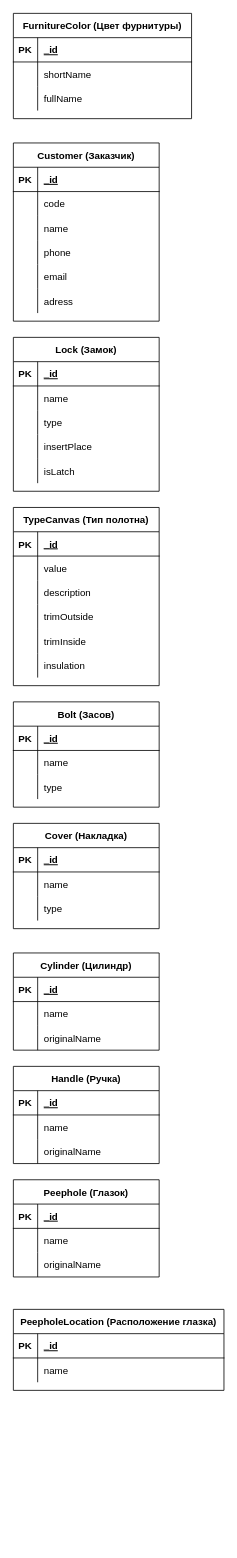
Earlier version of the draw.io diagram schema.drawio (ProSysYo/bunker). Source tidied: cells renumbered, new cells numbered last; positions are measured from the earlier drawing's top-left corner, leaving out a move shared by most shapes. Both pictures are drawn from the tidied source at 81%, with x=0, y=0 at pixel (13, 13).
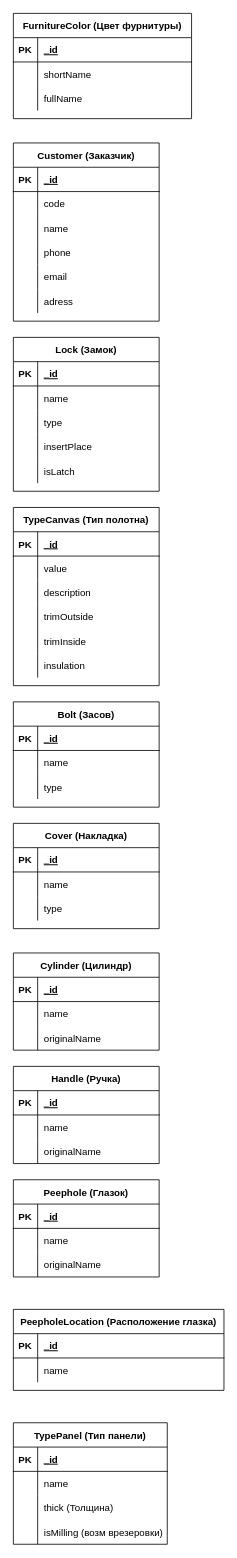
The same page after the edit.

Change to the diagram source:
```diff
@@
+    <mxCell id="123" value="TypePanel (Тип панели)" style="shape=table;startSize=30;childLayout=tableLayout;rowLines=0;fontStyle=1;align=center;" parent="1" vertex="1">
+      <mxGeometry y="1740" width="190" height="150" as="geometry" />
+    </mxCell>
+    <mxCell id="124" style="shape=partialRectangle;fillColor=none;top=0;left=0;bottom=1;right=0;" parent="123" vertex="1">
+      <mxGeometry y="30" width="190" height="30" as="geometry" />
+    </mxCell>
+    <mxCell id="125" value="PK" style="shape=partialRectangle;fillColor=none;top=0;left=0;bottom=0;right=0;fontStyle=1;overflow=hidden;" parent="124" vertex="1">
+      <mxGeometry width="30" height="30" as="geometry" />
+    </mxCell>
+    <mxCell id="126" value="_id" style="shape=partialRectangle;fillColor=none;top=0;left=0;bottom=0;right=0;align=left;spacingLeft=6;fontStyle=5;overflow=hidden;" parent="124" vertex="1">
+      <mxGeometry x="30" width="160" height="30" as="geometry" />
+    </mxCell>
+    <mxCell id="127" style="shape=partialRectangle;fillColor=none;top=0;left=0;bottom=0;right=0;" parent="123" vertex="1">
+      <mxGeometry y="60" width="190" height="30" as="geometry" />
+    </mxCell>
+    <mxCell id="128" style="shape=partialRectangle;fillColor=none;top=0;left=0;bottom=0;right=0;overflow=hidden;" parent="127" vertex="1">
+      <mxGeometry width="30" height="30" as="geometry" />
+    </mxCell>
+    <mxCell id="129" value="name" style="shape=partialRectangle;fillColor=none;top=0;left=0;bottom=0;right=0;align=left;spacingLeft=6;overflow=hidden;" parent="127" vertex="1">
+      <mxGeometry x="30" width="160" height="30" as="geometry" />
+    </mxCell>
+    <mxCell id="130" style="shape=partialRectangle;fillColor=none;top=0;left=0;bottom=0;right=0;" parent="123" vertex="1">
+      <mxGeometry y="90" width="190" height="30" as="geometry" />
+    </mxCell>
+    <mxCell id="131" style="shape=partialRectangle;fillColor=none;top=0;left=0;bottom=0;right=0;overflow=hidden;" parent="130" vertex="1">
+      <mxGeometry width="30" height="30" as="geometry" />
+    </mxCell>
+    <mxCell id="132" value="thick (Толщина)" style="shape=partialRectangle;fillColor=none;top=0;left=0;bottom=0;right=0;align=left;spacingLeft=6;overflow=hidden;" parent="130" vertex="1">
+      <mxGeometry x="30" width="160" height="30" as="geometry" />
+    </mxCell>
+    <mxCell id="133" style="shape=partialRectangle;fillColor=none;top=0;left=0;bottom=0;right=0;" parent="123" vertex="1">
+      <mxGeometry y="120" width="190" height="30" as="geometry" />
+    </mxCell>
+    <mxCell id="134" style="shape=partialRectangle;fillColor=none;top=0;left=0;bottom=0;right=0;overflow=hidden;" parent="133" vertex="1">
+      <mxGeometry width="30" height="30" as="geometry" />
+    </mxCell>
+    <mxCell id="135" value="isMilling (возм врезеровки)" style="shape=partialRectangle;fillColor=none;top=0;left=0;bottom=0;right=0;align=left;spacingLeft=6;overflow=hidden;" parent="133" vertex="1">
+      <mxGeometry x="30" width="160" height="30" as="geometry" />
+    </mxCell>
```
